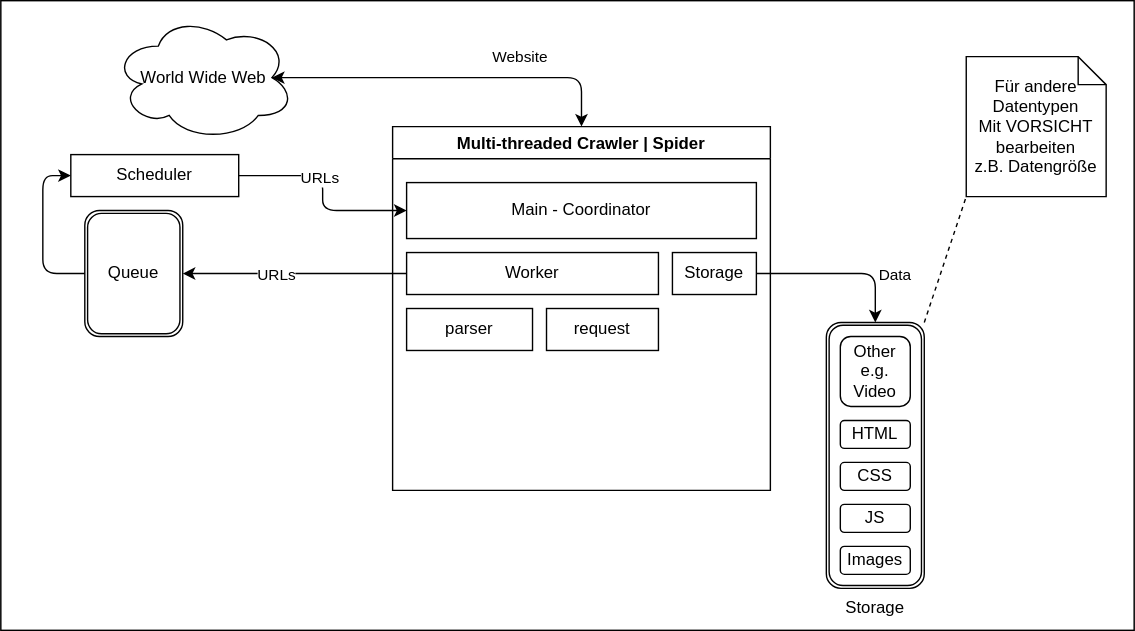
This is doc/webcrawler.svg from wenzfe/python-hacking, a draw.io export, as it was before one commit. Source tidied: cells renumbered, new cells last; positions are measured from the earlier drawing's top-left corner, leaving out a move shared by most shapes.
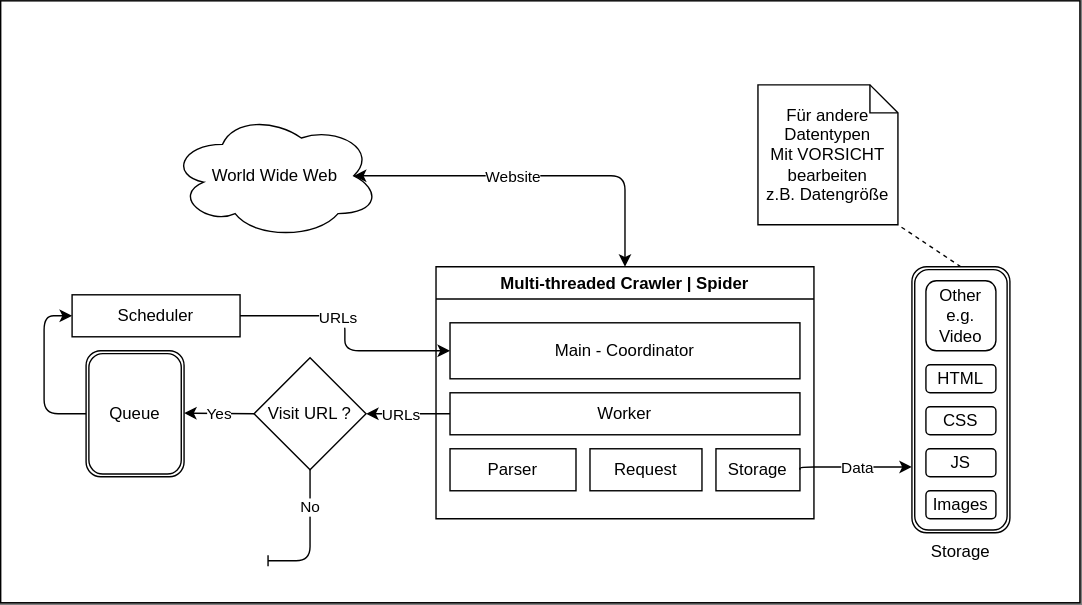
After the change.

The edit, as a diff of the source:
```diff
@@ -3,73 +3,70 @@
     <mxCell id="0" />
     <mxCell id="1" parent="0" />
     <mxCell id="2" style="rounded=0;whiteSpace=wrap;html=1;" parent="1" vertex="1">
-      <mxGeometry width="810" height="450" as="geometry" />
+      <mxGeometry x="-1" y="-110" width="771" height="430" as="geometry" />
     </mxCell>
     <mxCell id="3" value="World Wide Web" style="ellipse;shape=cloud;whiteSpace=wrap;html=1;" parent="1" vertex="1">
-      <mxGeometry x="80" y="10" width="130" height="90" as="geometry" />
+      <mxGeometry x="120" y="-30" width="150" height="90" as="geometry" />
     </mxCell>
     <mxCell id="4" value="Scheduler" style="rounded=0;whiteSpace=wrap;html=1;" parent="1" vertex="1">
-      <mxGeometry x="50" y="110" width="120" height="30" as="geometry" />
+      <mxGeometry x="50" y="100" width="120" height="30" as="geometry" />
     </mxCell>
     <mxCell id="5" value="Queue" style="shape=ext;double=1;rounded=1;whiteSpace=wrap;html=1;" parent="1" vertex="1">
-      <mxGeometry x="60" y="150" width="70" height="90" as="geometry" />
+      <mxGeometry x="60" y="140" width="70" height="90" as="geometry" />
     </mxCell>
-    <mxCell id="6" style="edgeStyle=none;html=1;exitX=1;exitY=0;exitDx=0;exitDy=0;entryX=0;entryY=1;entryDx=0;entryDy=0;entryPerimeter=0;dashed=1;endArrow=none;endFill=0;" parent="1" edge="1" source="7" target="28">
+    <mxCell id="6" style="edgeStyle=none;html=1;exitX=0.5;exitY=0;exitDx=0;exitDy=0;entryX=1;entryY=1;entryDx=0;entryDy=0;entryPerimeter=0;dashed=1;endArrow=none;endFill=0;" parent="1" edge="1" source="7" target="28">
       <mxGeometry relative="1" as="geometry" />
     </mxCell>
-    <mxCell id="7" value="Storage" style="shape=ext;double=1;rounded=1;whiteSpace=wrap;html=1;labelPosition=center;verticalLabelPosition=bottom;align=center;verticalAlign=top;" parent="1" vertex="1">
-      <mxGeometry x="590" y="230" width="70" height="190" as="geometry" />
-    </mxCell>
     <mxCell id="8" style="edgeStyle=elbowEdgeStyle;elbow=vertical;endArrow=classic;html=1;exitX=0;exitY=0.5;exitDx=0;exitDy=0;entryX=0;entryY=0.5;entryDx=0;entryDy=0;" parent="1" edge="1" source="5" target="4">
       <mxGeometry relative="1" as="geometry">
         <Array as="points">
-          <mxPoint x="30" y="320" />
+          <mxPoint x="30" y="310" />
         </Array>
       </mxGeometry>
     </mxCell>
     <mxCell id="9" value="Multi-threaded Crawler | Spider" style="swimlane;" parent="1" vertex="1">
-      <mxGeometry x="280" y="90" width="270" height="260" as="geometry" />
+      <mxGeometry x="310" y="80" width="270" height="180" as="geometry" />
     </mxCell>
     <mxCell id="10" value="Main - Coordinator" style="rounded=0;whiteSpace=wrap;html=1;" parent="9" vertex="1">
       <mxGeometry x="10" y="40" width="250" height="40" as="geometry" />
     </mxCell>
     <mxCell id="11" value="Worker" style="rounded=0;whiteSpace=wrap;html=1;" parent="9" vertex="1">
-      <mxGeometry x="10" y="90" width="180" height="30" as="geometry" />
+      <mxGeometry x="10" y="90" width="250" height="30" as="geometry" />
     </mxCell>
     <mxCell id="12" value="Storage" style="rounded=0;whiteSpace=wrap;html=1;" parent="9" vertex="1">
-      <mxGeometry x="200" y="90" width="60" height="30" as="geometry" />
+      <mxGeometry x="200" y="130" width="60" height="30" as="geometry" />
     </mxCell>
-    <mxCell id="13" value="parser" style="rounded=0;whiteSpace=wrap;html=1;" parent="9" vertex="1">
+    <mxCell id="13" value="Parser" style="rounded=0;whiteSpace=wrap;html=1;" parent="9" vertex="1">
       <mxGeometry x="10" y="130" width="90" height="30" as="geometry" />
     </mxCell>
-    <mxCell id="14" value="request" style="rounded=0;whiteSpace=wrap;html=1;" parent="9" vertex="1">
+    <mxCell id="14" value="Request" style="rounded=0;whiteSpace=wrap;html=1;" parent="9" vertex="1">
       <mxGeometry x="110" y="130" width="80" height="30" as="geometry" />
     </mxCell>
     <mxCell id="15" style="edgeStyle=elbowEdgeStyle;elbow=vertical;endArrow=classic;html=1;entryX=0.5;entryY=0;entryDx=0;entryDy=0;exitX=0.875;exitY=0.5;exitDx=0;exitDy=0;exitPerimeter=0;startArrow=classic;startFill=1;" parent="1" edge="1" source="3" target="9">
       <mxGeometry relative="1" as="geometry">
         <Array as="points">
-          <mxPoint x="310" y="55" />
+          <mxPoint x="350" y="15" />
         </Array>
       </mxGeometry>
     </mxCell>
     <mxCell id="16" value="Website" style="edgeLabel;html=1;align=center;verticalAlign=middle;" parent="15" vertex="1">
       <mxGeometry x="0.36" relative="1" as="geometry">
-        <mxPoint x="3" y="-16" as="offset" />
+        <mxPoint x="-62" as="offset" />
       </mxGeometry>
     </mxCell>
-    <mxCell id="17" style="edgeStyle=elbowEdgeStyle;elbow=vertical;endArrow=classic;html=1;entryX=0.5;entryY=0;entryDx=0;entryDy=0;exitX=1;exitY=0.5;exitDx=0;exitDy=0;" parent="1" edge="1" source="12" target="7">
+    <mxCell id="17" style="edgeStyle=elbowEdgeStyle;elbow=vertical;endArrow=classic;html=1;exitX=1;exitY=0.5;exitDx=0;exitDy=0;entryX=0;entryY=0.75;entryDx=0;entryDy=0;" parent="1" edge="1" source="12" target="7">
       <mxGeometry relative="1" as="geometry">
         <Array as="points">
-          <mxPoint x="590" y="195" />
+          <mxPoint x="620" y="223" />
         </Array>
       </mxGeometry>
     </mxCell>
     <mxCell id="18" value="Data" style="edgeLabel;html=1;align=center;verticalAlign=middle;" parent="17" vertex="1">
       <mxGeometry x="-0.22" y="1" relative="1" as="geometry">
-        <mxPoint x="51" y="1" as="offset" />
+        <mxPoint x="11" y="1" as="offset" />
       </mxGeometry>
     </mxCell>
-    <mxCell id="19" style="edgeStyle=elbowEdgeStyle;elbow=horizontal;endArrow=classic;html=1;entryX=1;entryY=0.5;entryDx=0;entryDy=0;exitX=0;exitY=0.5;exitDx=0;exitDy=0;" parent="1" edge="1" source="11" target="5">
+    <mxCell id="19" style="edgeStyle=elbowEdgeStyle;elbow=horizontal;endArrow=classic;html=1;exitX=0;exitY=0.5;exitDx=0;exitDy=0;entryX=1;entryY=0.5;entryDx=0;entryDy=0;" parent="1" edge="1" source="11" target="31">
       <mxGeometry relative="1" as="geometry" />
     </mxCell>
     <mxCell id="20" value="URLs" style="edgeLabel;html=1;align=center;verticalAlign=middle;" parent="19" vertex="1">
@@ -81,23 +78,46 @@
     <mxCell id="22" value="URLs" style="edgeLabel;html=1;align=center;verticalAlign=middle;" parent="21" vertex="1">
       <mxGeometry x="-0.21" y="-1" relative="1" as="geometry" />
     </mxCell>
+    <mxCell id="28" value="Für andere Datentypen&lt;br&gt;Mit VORSICHT bearbeiten&lt;br&gt;z.B. Datengröße" style="shape=note;size=20;whiteSpace=wrap;html=1;" parent="1" vertex="1">
+      <mxGeometry x="540" y="-50" width="100" height="100" as="geometry" />
+    </mxCell>
+    <mxCell id="29" style="group;" parent="1" vertex="1">
+      <mxGeometry x="650" y="80" width="70" height="190" as="geometry" />
+    </mxCell>
+    <mxCell id="7" value="Storage" style="shape=ext;double=1;rounded=1;whiteSpace=wrap;html=1;labelPosition=center;verticalLabelPosition=bottom;align=center;verticalAlign=top;" parent="29" vertex="1">
+      <mxGeometry width="70" height="190" as="geometry" />
+    </mxCell>
+    <mxCell id="30" style="group;" parent="29" vertex="1">
+      <mxGeometry x="10" y="10" width="50" height="170" as="geometry" />
+    </mxCell>
-    <mxCell id="23" value="HTML" style="rounded=1;whiteSpace=wrap;html=1;" parent="1" vertex="1">
-      <mxGeometry x="600" y="300" width="50" height="20" as="geometry" />
+    <mxCell id="23" value="HTML" style="rounded=1;whiteSpace=wrap;html=1;" parent="30" vertex="1">
+      <mxGeometry y="60" width="50" height="20" as="geometry" />
     </mxCell>
-    <mxCell id="24" value="CSS" style="rounded=1;whiteSpace=wrap;html=1;" parent="1" vertex="1">
-      <mxGeometry x="600" y="330" width="50" height="20" as="geometry" />
+    <mxCell id="24" value="CSS" style="rounded=1;whiteSpace=wrap;html=1;" parent="30" vertex="1">
+      <mxGeometry y="90" width="50" height="20" as="geometry" />
     </mxCell>
-    <mxCell id="25" value="JS" style="rounded=1;whiteSpace=wrap;html=1;" parent="1" vertex="1">
-      <mxGeometry x="600" y="360" width="50" height="20" as="geometry" />
+    <mxCell id="25" value="JS" style="rounded=1;whiteSpace=wrap;html=1;" parent="30" vertex="1">
+      <mxGeometry y="120" width="50" height="20" as="geometry" />
     </mxCell>
-    <mxCell id="26" value="Images" style="rounded=1;whiteSpace=wrap;html=1;" parent="1" vertex="1">
-      <mxGeometry x="600" y="390" width="50" height="20" as="geometry" />
+    <mxCell id="26" value="Images" style="rounded=1;whiteSpace=wrap;html=1;" parent="30" vertex="1">
+      <mxGeometry y="150" width="50" height="20" as="geometry" />
     </mxCell>
-    <mxCell id="27" value="Other&lt;br&gt;e.g. Video" style="rounded=1;whiteSpace=wrap;html=1;" parent="1" vertex="1">
-      <mxGeometry x="600" y="240" width="50" height="50" as="geometry" />
+    <mxCell id="27" value="Other&lt;br&gt;e.g. Video" style="rounded=1;whiteSpace=wrap;html=1;" parent="30" vertex="1">
+      <mxGeometry width="50" height="50" as="geometry" />
     </mxCell>
-    <mxCell id="28" value="Für andere Datentypen&lt;br&gt;Mit VORSICHT bearbeiten&lt;br&gt;z.B. Datengröße" style="shape=note;size=20;whiteSpace=wrap;html=1;" parent="1" vertex="1">
-      <mxGeometry x="690" y="40" width="100" height="100" as="geometry" />
-    </mxCell>
+    <mxCell id="31" value="Visit URL ?" style="rhombus;whiteSpace=wrap;html=1;" parent="1" vertex="1">
+      <mxGeometry x="180" y="145" width="80" height="80" as="geometry" />
+    </mxCell>
+    <mxCell id="32" value="Yes" style="edgeStyle=elbowEdgeStyle;elbow=vertical;endArrow=classic;html=1;exitX=0;exitY=0.5;exitDx=0;exitDy=0;entryX=1;entryY=0.5;entryDx=0;entryDy=0;" parent="1" edge="1" source="31" target="5">
+      <mxGeometry relative="1" as="geometry" />
+    </mxCell>
+    <mxCell id="33" value="No" style="edgeStyle=elbowEdgeStyle;elbow=vertical;endArrow=baseDash;html=1;exitX=0.5;exitY=1;exitDx=0;exitDy=0;strokeColor=default;endFill=0;" parent="1" edge="1" source="31">
+      <mxGeometry x="-0.44" relative="1" as="geometry">
+        <mxPoint x="190" y="290" as="targetPoint" />
+        <Array as="points">
+          <mxPoint x="220" y="290" />
+        </Array>
+      </mxGeometry>
+    </mxCell>
   </root>
 </mxGraphModel>
```
